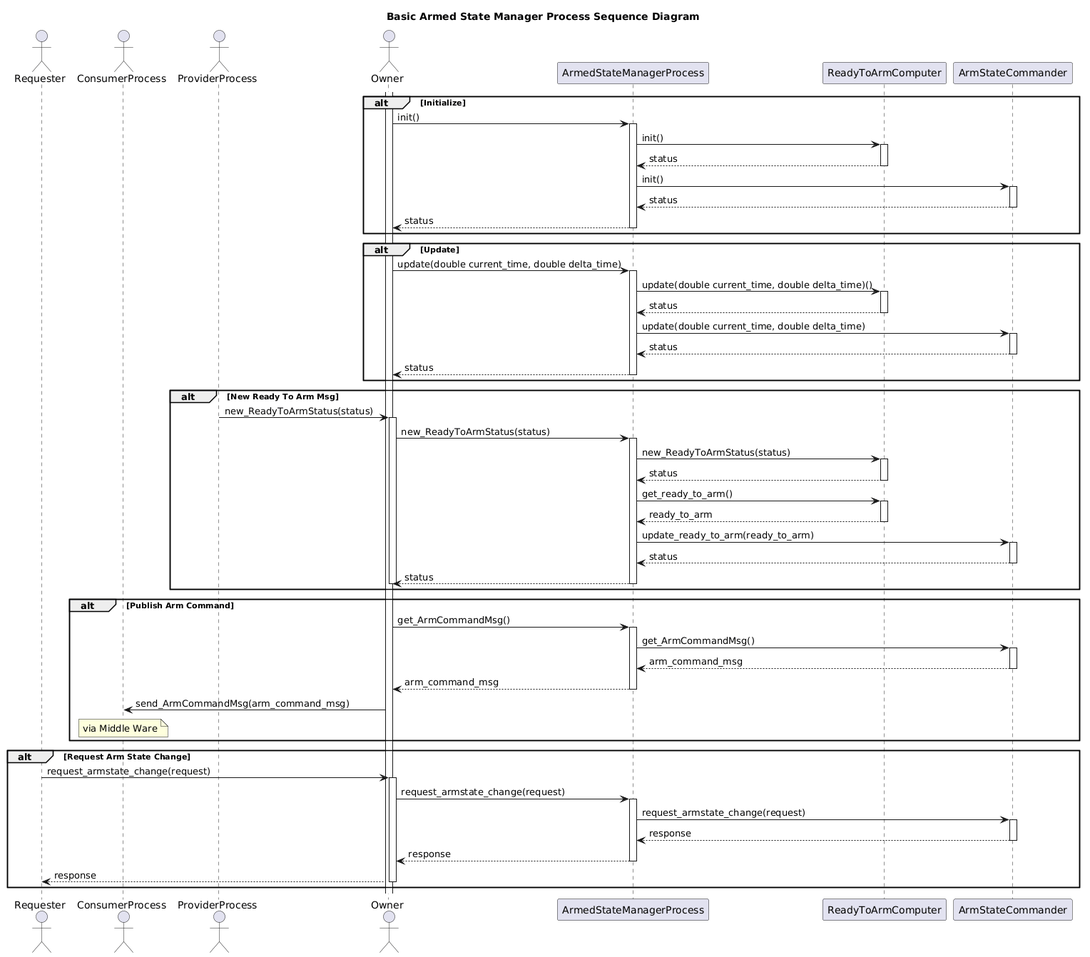
Above: Systems/Safety/Subsystems/ModeManager/Processes/ArmedStateManager/doc/puml/ArmedStateManagerProcessSequenceDiagram.png in fastrobotics/robot_framework (PlantUML), before the change.
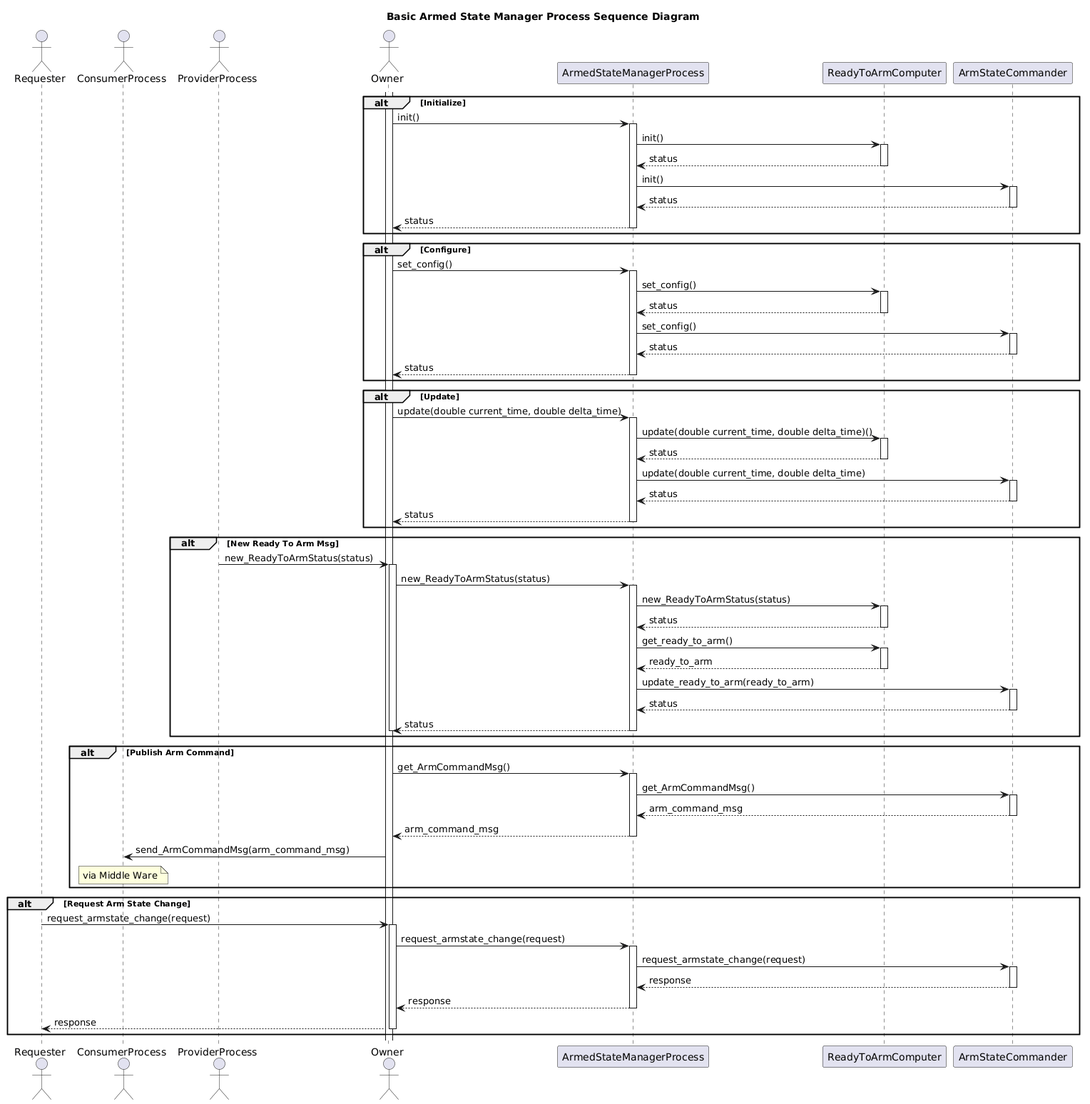
The same file after the commit.

The edit, as a diff of the source:
```diff
@@ -20,6 +20,16 @@
 commander --> process--: status
 process --> owner--: status
 
+end
+
+alt Configure
+owner++
+owner ->process++: set_config()
+process -> computer++: set_config()
+computer --> process--: status
+process -> commander++: set_config()
+commander --> process--: status
+process --> owner--: status
 end
 
 alt Update
```
